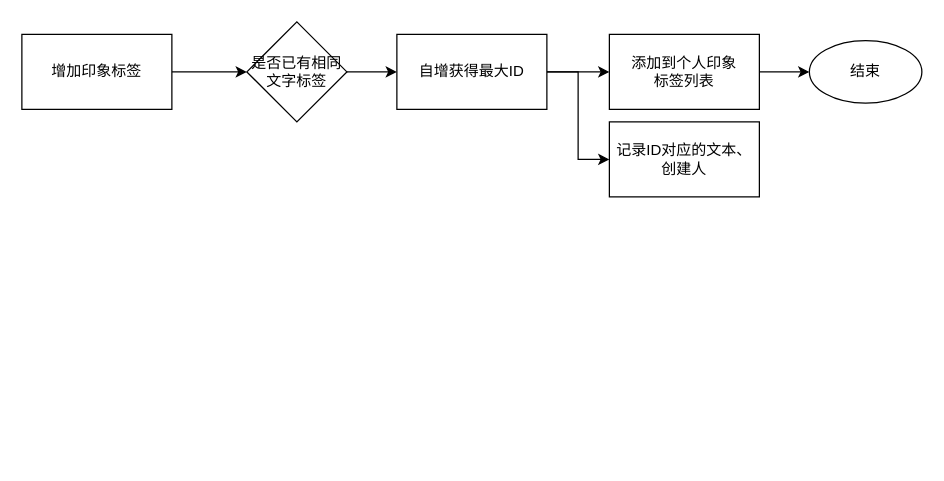
Above: src/Untitled Diagram.drawio in songboyu/xtuple (draw.io), before the change. Source tidied: cells renumbered, new cells numbered last; positions are measured from the earlier drawing's top-left corner, leaving out a move shared by most shapes. Both pictures are drawn from the tidied source at 125%, with x=0, y=0 at pixel (21, 21).
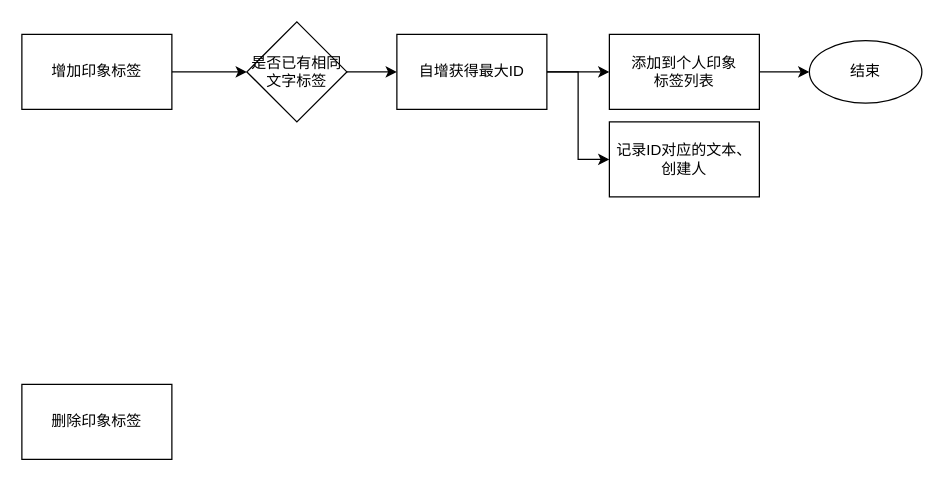
The same diagram, later.

What changed in the source:
```diff
@@
 <mxGraphModel>
   <root>
     <mxCell id="0" />
     <mxCell id="1" parent="0" />
     <mxCell id="2" style="edgeStyle=orthogonalEdgeStyle;rounded=0;jettySize=auto;html=1;" parent="1" edge="1" source="3" target="5">
       <mxGeometry relative="1" as="geometry" />
     </mxCell>
     <mxCell id="3" value="增加印象标签" style="rounded=0;whiteSpace=wrap;html=1;" parent="1" vertex="1">
       <mxGeometry y="10" width="120" height="60" as="geometry" />
     </mxCell>
     <mxCell id="4" style="edgeStyle=orthogonalEdgeStyle;rounded=0;jettySize=auto;html=1;" parent="1" edge="1" source="5" target="9">
       <mxGeometry relative="1" as="geometry" />
     </mxCell>
     <mxCell id="5" value="是否已有相同文字标签" style="rhombus;whiteSpace=wrap;html=1;" parent="1" vertex="1">
       <mxGeometry x="180" width="80" height="80" as="geometry" />
     </mxCell>
     <mxCell id="6" value="结束" style="ellipse;whiteSpace=wrap;html=1;" parent="1" vertex="1">
       <mxGeometry x="630" y="15" width="90" height="50" as="geometry" />
     </mxCell>
     <mxCell id="7" style="edgeStyle=orthogonalEdgeStyle;rounded=0;jettySize=auto;html=1;exitX=1;exitY=0.5;exitDx=0;exitDy=0;" parent="1" edge="1" source="9" target="11">
       <mxGeometry relative="1" as="geometry" />
     </mxCell>
     <mxCell id="8" style="edgeStyle=orthogonalEdgeStyle;rounded=0;jettySize=auto;html=1;entryX=0;entryY=0.5;entryDx=0;entryDy=0;" parent="1" edge="1" source="9" target="12">
       <mxGeometry relative="1" as="geometry" />
     </mxCell>
     <mxCell id="9" value="自增获得最大ID" style="rounded=0;whiteSpace=wrap;html=1;" parent="1" vertex="1">
       <mxGeometry x="300" y="10" width="120" height="60" as="geometry" />
     </mxCell>
     <mxCell id="10" style="edgeStyle=orthogonalEdgeStyle;rounded=0;jettySize=auto;html=1;exitX=1;exitY=0.5;exitDx=0;exitDy=0;entryX=0;entryY=0.5;entryDx=0;entryDy=0;" parent="1" edge="1" source="11" target="6">
       <mxGeometry relative="1" as="geometry" />
     </mxCell>
     <mxCell id="11" value="添加到个人印象&lt;br&gt;标签列表" style="rounded=0;whiteSpace=wrap;html=1;" parent="1" vertex="1">
       <mxGeometry x="470" y="10" width="120" height="60" as="geometry" />
     </mxCell>
     <mxCell id="12" value="记录ID对应的文本、创建人" style="rounded=0;whiteSpace=wrap;html=1;" parent="1" vertex="1">
       <mxGeometry x="470" y="80" width="120" height="60" as="geometry" />
     </mxCell>
+    <mxCell id="13" value="删除印象标签" style="rounded=0;whiteSpace=wrap;html=1;" parent="1" vertex="1">
+      <mxGeometry y="290" width="120" height="60" as="geometry" />
+    </mxCell>
   </root>
 </mxGraphModel>
```
